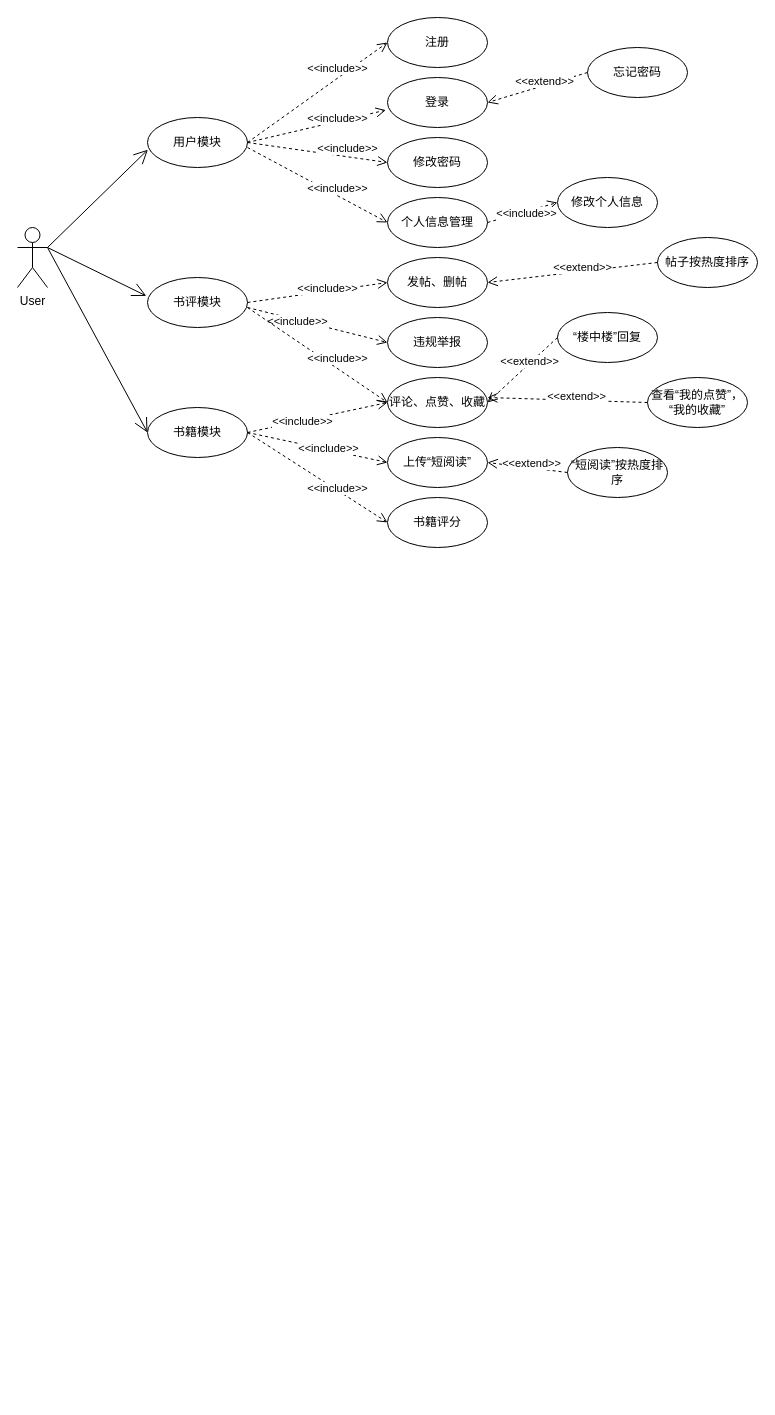
The draw.io diagram BookReaders/未命名绘图.drawio in Richerlv/MyGraph, before the edit. Source tidied: cells renumbered, new cells numbered last; positions are measured from the earlier drawing's top-left corner, leaving out a move shared by most shapes. Both pictures are drawn from the tidied source at 100%, with x=0, y=0 at pixel (17, 17).
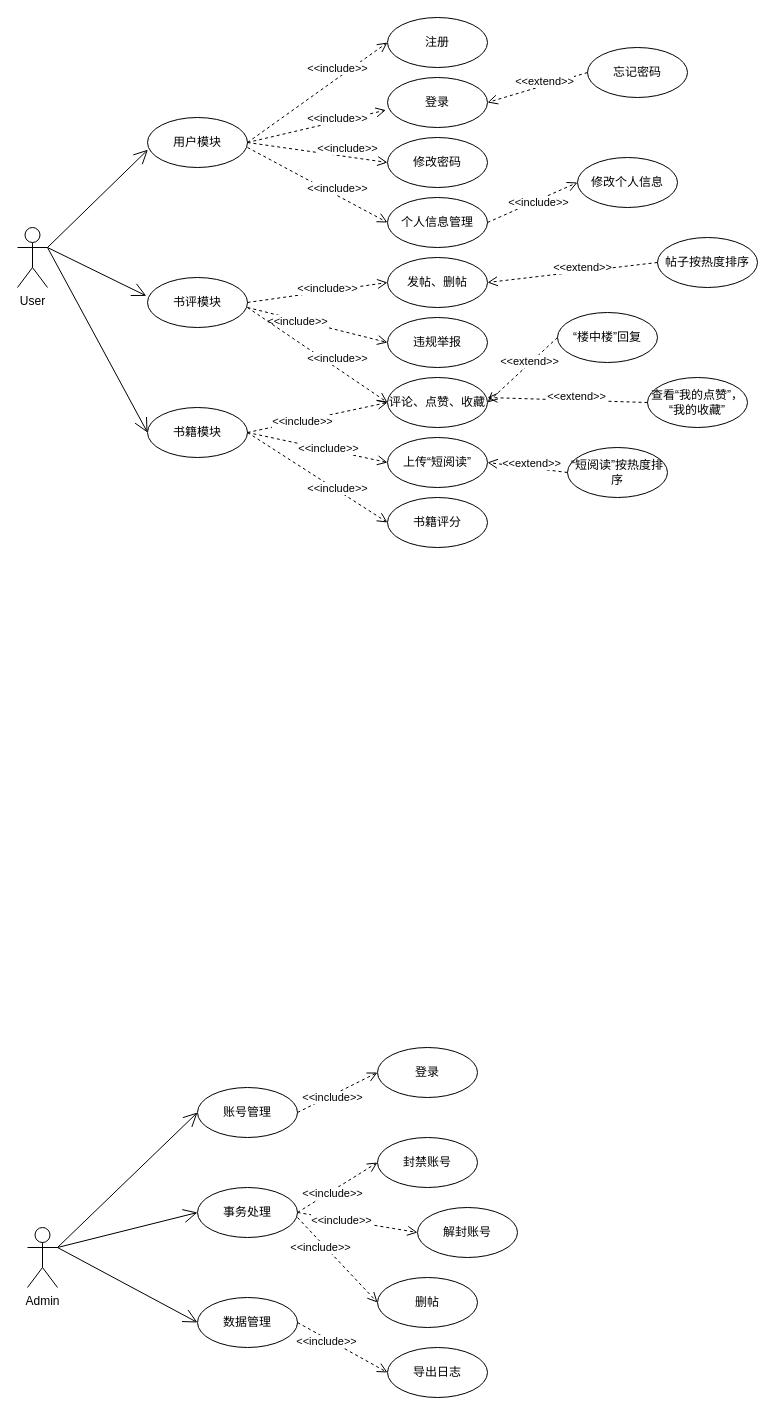
The same diagram, later.

Change to the diagram source:
```diff
@@
     <mxCell id="30" value="修改个人信息" style="ellipse;whiteSpace=wrap;html=1;" parent="1" vertex="1">
-      <mxGeometry x="540" y="160" width="100" height="50" as="geometry" />
+      <mxGeometry x="560" y="140" width="100" height="50" as="geometry" />
     </mxCell>
@@
+    <mxCell id="40" value="Admin" style="shape=umlActor;verticalLabelPosition=bottom;verticalAlign=top;html=1;outlineConnect=0;" parent="1" vertex="1">
+      <mxGeometry x="10" y="1210" width="30" height="60" as="geometry" />
+    </mxCell>
+    <mxCell id="41" value="账号管理" style="ellipse;whiteSpace=wrap;html=1;" parent="1" vertex="1">
+      <mxGeometry x="180" y="1070" width="100" height="50" as="geometry" />
+    </mxCell>
+    <mxCell id="42" value="事务处理" style="ellipse;whiteSpace=wrap;html=1;" parent="1" vertex="1">
+      <mxGeometry x="180" y="1170" width="100" height="50" as="geometry" />
+    </mxCell>
+    <mxCell id="43" value="数据管理" style="ellipse;whiteSpace=wrap;html=1;" parent="1" vertex="1">
+      <mxGeometry x="180" y="1280" width="100" height="50" as="geometry" />
+    </mxCell>
+    <mxCell id="44" style="endArrow=open;endFill=1;endSize=12;html=1;rounded=0;entryX=0;entryY=0.5;entryDx=0;entryDy=0;exitX=1;exitY=0.3333333333333333;exitDx=0;exitDy=0;exitPerimeter=0;" parent="1" edge="1" source="40" target="41">
+      <mxGeometry relative="1" as="geometry" />
+    </mxCell>
+    <mxCell id="45" style="endArrow=open;endFill=1;endSize=12;html=1;rounded=0;entryX=0;entryY=0.5;entryDx=0;entryDy=0;" parent="1" edge="1" target="42">
+      <mxGeometry relative="1" as="geometry">
+        <mxPoint x="40" y="1230" as="sourcePoint" />
+      </mxGeometry>
+    </mxCell>
+    <mxCell id="46" style="endArrow=open;endFill=1;endSize=12;html=1;rounded=0;entryX=0;entryY=0.5;entryDx=0;entryDy=0;" parent="1" edge="1" target="43">
+      <mxGeometry relative="1" as="geometry">
+        <mxPoint x="40" y="1230" as="sourcePoint" />
+      </mxGeometry>
+    </mxCell>
+    <mxCell id="47" value="登录" style="ellipse;whiteSpace=wrap;html=1;" parent="1" vertex="1">
+      <mxGeometry x="360" y="1030" width="100" height="50" as="geometry" />
+    </mxCell>
+    <mxCell id="48" value="封禁账号" style="ellipse;whiteSpace=wrap;html=1;" parent="1" vertex="1">
+      <mxGeometry x="360" y="1120" width="100" height="50" as="geometry" />
+    </mxCell>
+    <mxCell id="49" value="解封账号" style="ellipse;whiteSpace=wrap;html=1;" parent="1" vertex="1">
+      <mxGeometry x="400" y="1190" width="100" height="50" as="geometry" />
+    </mxCell>
+    <mxCell id="50" value="删帖" style="ellipse;whiteSpace=wrap;html=1;" parent="1" vertex="1">
+      <mxGeometry x="360" y="1260" width="100" height="50" as="geometry" />
+    </mxCell>
+    <mxCell id="51" value="导出日志" style="ellipse;whiteSpace=wrap;html=1;" parent="1" vertex="1">
+      <mxGeometry x="370" y="1330" width="100" height="50" as="geometry" />
+    </mxCell>
+    <mxCell id="52" value="&amp;lt;&amp;lt;include&amp;gt;&amp;gt;" style="html=1;verticalAlign=bottom;endArrow=open;dashed=1;endSize=8;rounded=0;exitX=1;exitY=0.5;exitDx=0;exitDy=0;entryX=0;entryY=0.5;entryDx=0;entryDy=0;" parent="1" edge="1" source="41" target="47">
+      <mxGeometry x="-0.25" y="-10" relative="1" as="geometry" />
+    </mxCell>
+    <mxCell id="53" value="&amp;lt;&amp;lt;include&amp;gt;&amp;gt;" style="html=1;verticalAlign=bottom;endArrow=open;dashed=1;endSize=8;rounded=0;exitX=1;exitY=0.5;exitDx=0;exitDy=0;entryX=0;entryY=0.5;entryDx=0;entryDy=0;" parent="1" edge="1" source="42" target="48">
+      <mxGeometry x="-0.25" y="-10" relative="1" as="geometry" />
+    </mxCell>
+    <mxCell id="54" value="&amp;lt;&amp;lt;include&amp;gt;&amp;gt;" style="html=1;verticalAlign=bottom;endArrow=open;dashed=1;endSize=8;rounded=0;exitX=1;exitY=0.5;exitDx=0;exitDy=0;entryX=0;entryY=0.5;entryDx=0;entryDy=0;" parent="1" edge="1" source="42" target="49">
+      <mxGeometry x="-0.25" y="-10" relative="1" as="geometry" />
+    </mxCell>
+    <mxCell id="55" value="&amp;lt;&amp;lt;include&amp;gt;&amp;gt;" style="html=1;verticalAlign=bottom;endArrow=open;dashed=1;endSize=8;rounded=0;entryX=0;entryY=0.5;entryDx=0;entryDy=0;" parent="1" edge="1" target="50">
+      <mxGeometry x="-0.25" y="-10" relative="1" as="geometry">
+        <mxPoint x="280" y="1200" as="sourcePoint" />
+      </mxGeometry>
+    </mxCell>
+    <mxCell id="56" value="&amp;lt;&amp;lt;include&amp;gt;&amp;gt;" style="html=1;verticalAlign=bottom;endArrow=open;dashed=1;endSize=8;rounded=0;exitX=1;exitY=0.5;exitDx=0;exitDy=0;entryX=0;entryY=0.5;entryDx=0;entryDy=0;" parent="1" edge="1" source="43" target="51">
+      <mxGeometry x="-0.25" y="-10" relative="1" as="geometry" />
+    </mxCell>
```
